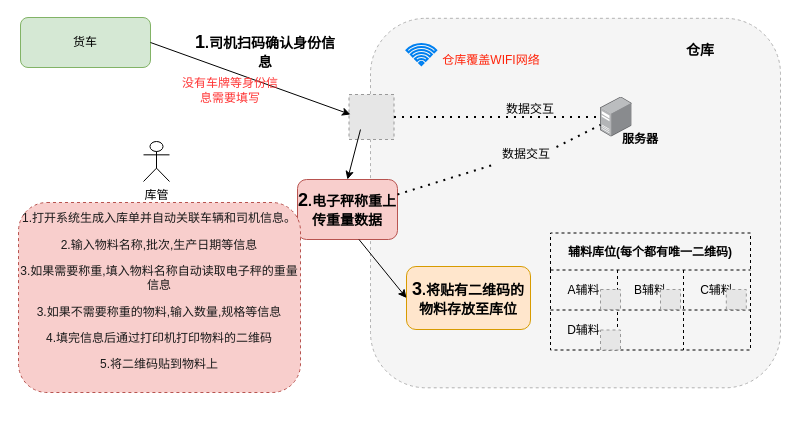
The draw.io diagram page "第 1 页" (1 of 2) of 出库.drawio in mifunc/draw, before the edit. Source tidied: cells renumbered, new cells numbered last; positions are measured from the earlier drawing's top-left corner, leaving out a move shared by most shapes. Both pictures are drawn from the tidied source at 100%, with x=0, y=0 at pixel (18, 17). Pictures stored in the file or linked from it are replaced by grey dashed boxes.
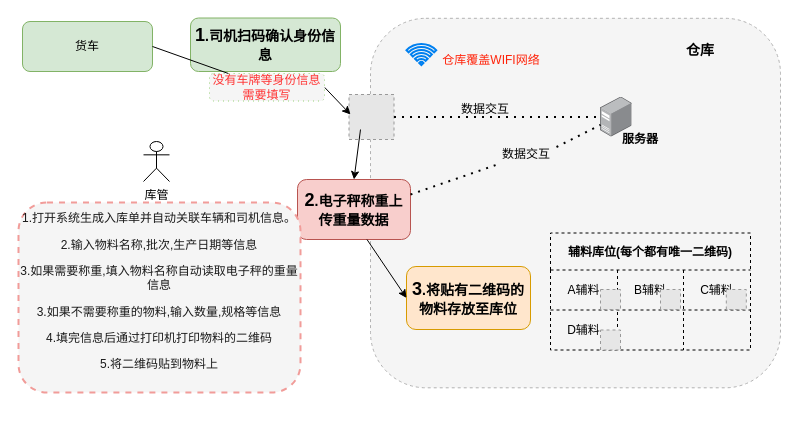
The same diagram, later.

The edit, as a diff of the source:
```diff
@@
     <mxCell id="17" value="货车" style="rounded=1;whiteSpace=wrap;html=1;fontSize=12;fillColor=#d5e8d4;strokeColor=#82b366;" parent="1" vertex="1">
-      <mxGeometry x="2" width="130" height="50" as="geometry" />
+      <mxGeometry x="4" y="4" width="130" height="50" as="geometry" />
     </mxCell>
@@
-    <mxCell id="23" style="endArrow=classic;html=1;rounded=0;fontSize=12;fontColor=#000000;exitX=1;exitY=0.5;exitDx=0;exitDy=0;" parent="1" edge="1" source="17">
+    <mxCell id="23" style="endArrow=classic;html=1;rounded=0;fontSize=12;fontColor=#000000;exitX=1;exitY=0.5;exitDx=0;exitDy=0;startArrow=none;" parent="1" edge="1" source="25">
       <mxGeometry relative="1" as="geometry">
         <mxPoint x="332" y="97" as="targetPoint" />
       </mxGeometry>
     </mxCell>
-    <mxCell id="24" value="&lt;b&gt;&lt;font style=&quot;font-size: 18px&quot;&gt;1&lt;/font&gt;&lt;font style=&quot;font-size: 14px&quot;&gt;.司机扫码确认身份信息&lt;/font&gt;&lt;/b&gt;" style="text;html=1;strokeColor=none;fillColor=none;align=center;verticalAlign=middle;whiteSpace=wrap;rounded=0;fontSize=12;fontColor=#000000;" parent="1" vertex="1">
-      <mxGeometry x="172" y="11.5" width="150" height="45" as="geometry" />
+    <mxCell id="24" value="&lt;b&gt;&lt;font style=&quot;font-size: 18px&quot;&gt;1&lt;/font&gt;&lt;font style=&quot;font-size: 14px&quot;&gt;.司机扫码确认身份信息&lt;/font&gt;&lt;/b&gt;" style="text;html=1;strokeColor=#82b366;fillColor=#d5e8d4;align=center;verticalAlign=middle;whiteSpace=wrap;rounded=1;fontSize=12;" parent="1" vertex="1">
+      <mxGeometry x="172" y="0.5" width="150" height="53.5" as="geometry" />
     </mxCell>
-    <mxCell id="25" value="&lt;font color=&quot;#ff3333&quot;&gt;没有车牌等身份信息需要填写&lt;/font&gt;" style="text;html=1;strokeColor=none;fillColor=none;align=center;verticalAlign=middle;whiteSpace=wrap;rounded=0;fontSize=12;fontColor=#000000;" parent="1" vertex="1">
-      <mxGeometry x="162" y="62.5" width="100" height="20" as="geometry" />
-    </mxCell>
     <mxCell id="26" value="&lt;b&gt;&lt;font style=&quot;font-size: 18px&quot;&gt;2&lt;/font&gt;&lt;/b&gt;&lt;b style=&quot;font-size: 14px&quot;&gt;.电子秤称重上传重量数据&lt;/b&gt;" style="rounded=1;whiteSpace=wrap;html=1;fontSize=12;fillColor=#f8cecc;strokeColor=#b85450;" parent="1" vertex="1">
-      <mxGeometry x="279" y="162" width="100" height="60" as="geometry" />
+      <mxGeometry x="279" y="162" width="113" height="60" as="geometry" />
     </mxCell>
@@
     <mxCell id="31" value="数据交互" style="text;html=1;strokeColor=none;fillColor=none;align=center;verticalAlign=middle;whiteSpace=wrap;rounded=0;fontSize=12;fontColor=#000000;" parent="1" vertex="1">
-      <mxGeometry x="482" y="77" width="60" height="30" as="geometry" />
+      <mxGeometry x="437" y="77" width="60" height="30" as="geometry" />
     </mxCell>
@@
-    <mxCell id="36" value="&lt;p&gt;&lt;font color=&quot;#1a1a1a&quot;&gt;&lt;br class=&quot;Apple-interchange-newline&quot;&gt;1.打开系统生成入库单并自动关联车辆和司机信息。&lt;/font&gt;&lt;/p&gt;&lt;p&gt;&lt;font color=&quot;#1a1a1a&quot;&gt;2.输入物料名称,批次,生产日期等信息&lt;/font&gt;&lt;/p&gt;&lt;p&gt;&lt;font color=&quot;#1a1a1a&quot;&gt;3.如果需要称重,填入物料名称自动读取电子秤的重量信息&lt;/font&gt;&lt;/p&gt;&lt;p&gt;&lt;font color=&quot;#1a1a1a&quot;&gt;3.如果不需要称重的物料,输入数量,规格等信息&lt;/font&gt;&lt;/p&gt;&lt;p&gt;&lt;font color=&quot;#1a1a1a&quot;&gt;4.填完信息后通过打印机打印物料的二维码&lt;/font&gt;&lt;/p&gt;&lt;p&gt;&lt;font color=&quot;#1a1a1a&quot;&gt;5.将二维码贴到物料上&lt;/font&gt;&lt;/p&gt;&lt;p&gt;&lt;br style=&quot;color: rgb(0 , 0 , 0) ; text-align: left&quot;&gt;&lt;/p&gt;" style="rounded=1;whiteSpace=wrap;html=1;dashed=1;fontSize=12;strokeColor=#b85450;fillColor=#f8cecc;" parent="1" vertex="1">
+    <mxCell id="36" value="&lt;p&gt;&lt;font color=&quot;#1a1a1a&quot;&gt;&lt;br class=&quot;Apple-interchange-newline&quot;&gt;1.打开系统生成入库单并自动关联车辆和司机信息。&lt;/font&gt;&lt;/p&gt;&lt;p&gt;&lt;font color=&quot;#1a1a1a&quot;&gt;2.输入物料名称,批次,生产日期等信息&lt;/font&gt;&lt;/p&gt;&lt;p&gt;&lt;font color=&quot;#1a1a1a&quot;&gt;3.如果需要称重,填入物料名称自动读取电子秤的重量信息&lt;/font&gt;&lt;/p&gt;&lt;p&gt;&lt;font color=&quot;#1a1a1a&quot;&gt;3.如果不需要称重的物料,输入数量,规格等信息&lt;/font&gt;&lt;/p&gt;&lt;p&gt;&lt;font color=&quot;#1a1a1a&quot;&gt;4.填完信息后通过打印机打印物料的二维码&lt;/font&gt;&lt;/p&gt;&lt;p&gt;&lt;font color=&quot;#1a1a1a&quot;&gt;5.将二维码贴到物料上&lt;/font&gt;&lt;/p&gt;&lt;p&gt;&lt;br style=&quot;color: rgb(0 , 0 , 0) ; text-align: left&quot;&gt;&lt;/p&gt;" style="rounded=1;whiteSpace=wrap;html=1;dashed=1;fontSize=12;strokeColor=#F19C99;fillColor=#f5f5f5;fontColor=#333333;strokeWidth=2;" parent="1" vertex="1">
       <mxGeometry y="185" width="282" height="190" as="geometry" />
     </mxCell>
+    <mxCell id="25" value="&lt;font color=&quot;#ff3333&quot;&gt;没有车牌等身份信息需要填写&lt;/font&gt;" style="text;html=1;strokeColor=#97D077;fillColor=#f5f5f5;align=center;verticalAlign=middle;whiteSpace=wrap;rounded=1;fontSize=12;fontColor=#333333;dashed=1;dashPattern=1 4;" parent="1" vertex="1">
+      <mxGeometry x="191" y="56" width="115" height="27.5" as="geometry" />
+    </mxCell>
+    <mxCell id="37" style="endArrow=none;html=1;rounded=0;fontSize=12;fontColor=#000000;exitX=1;exitY=0.5;exitDx=0;exitDy=0;" parent="1" edge="1" source="17" target="25">
+      <mxGeometry relative="1" as="geometry" />
+    </mxCell>
```
